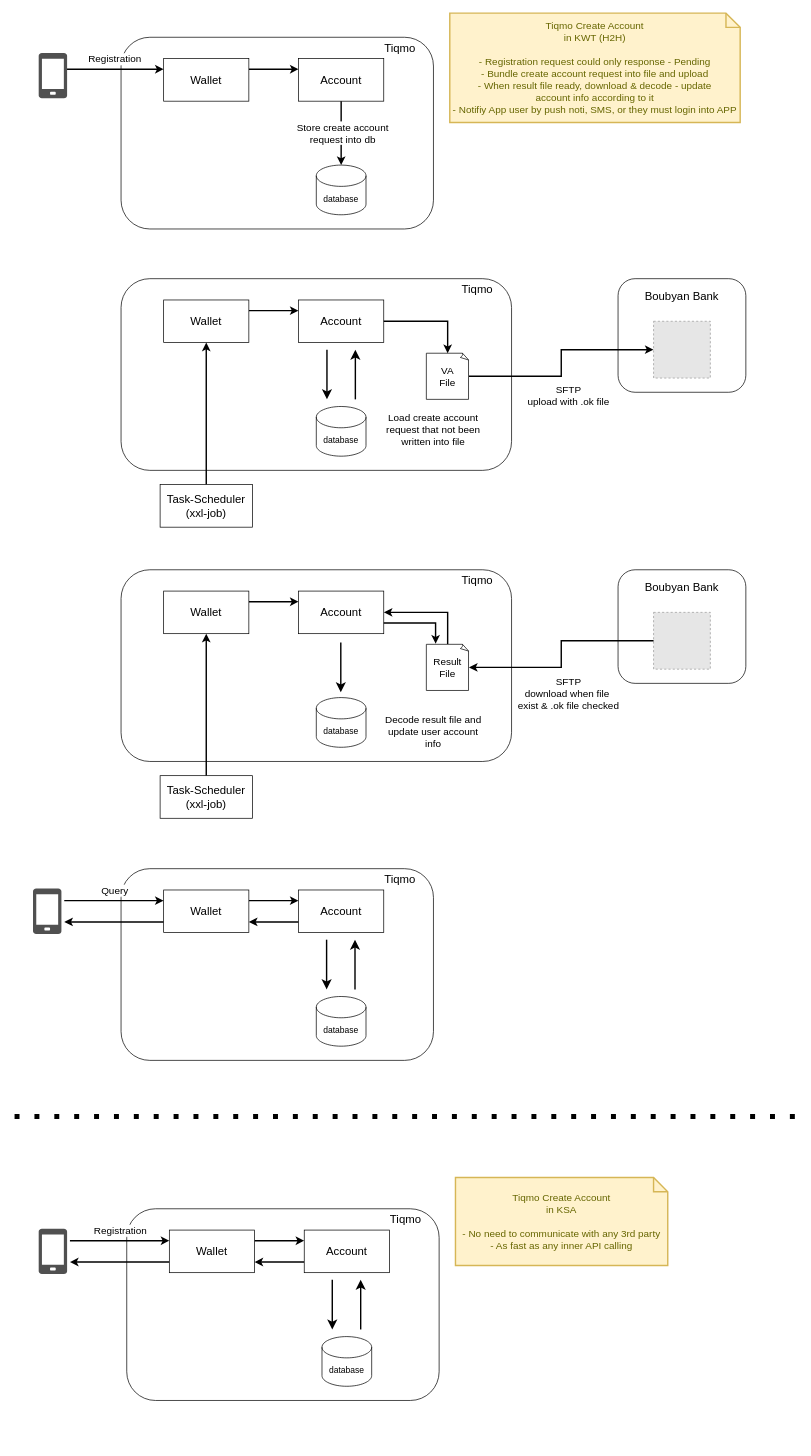
Before: kuwait_boubyan_createAccount.drawio in EricLuoisme/own-diagrams-draw-io, a draw.io diagram. Source tidied: cells renumbered, new cells numbered last; positions are measured from the earlier drawing's top-left corner, leaving out a move shared by most shapes. Both pictures are drawn from the tidied source at 71%, with x=0, y=0 at pixel (14, 13). Pictures stored in the file or linked from it are replaced by grey dashed boxes.
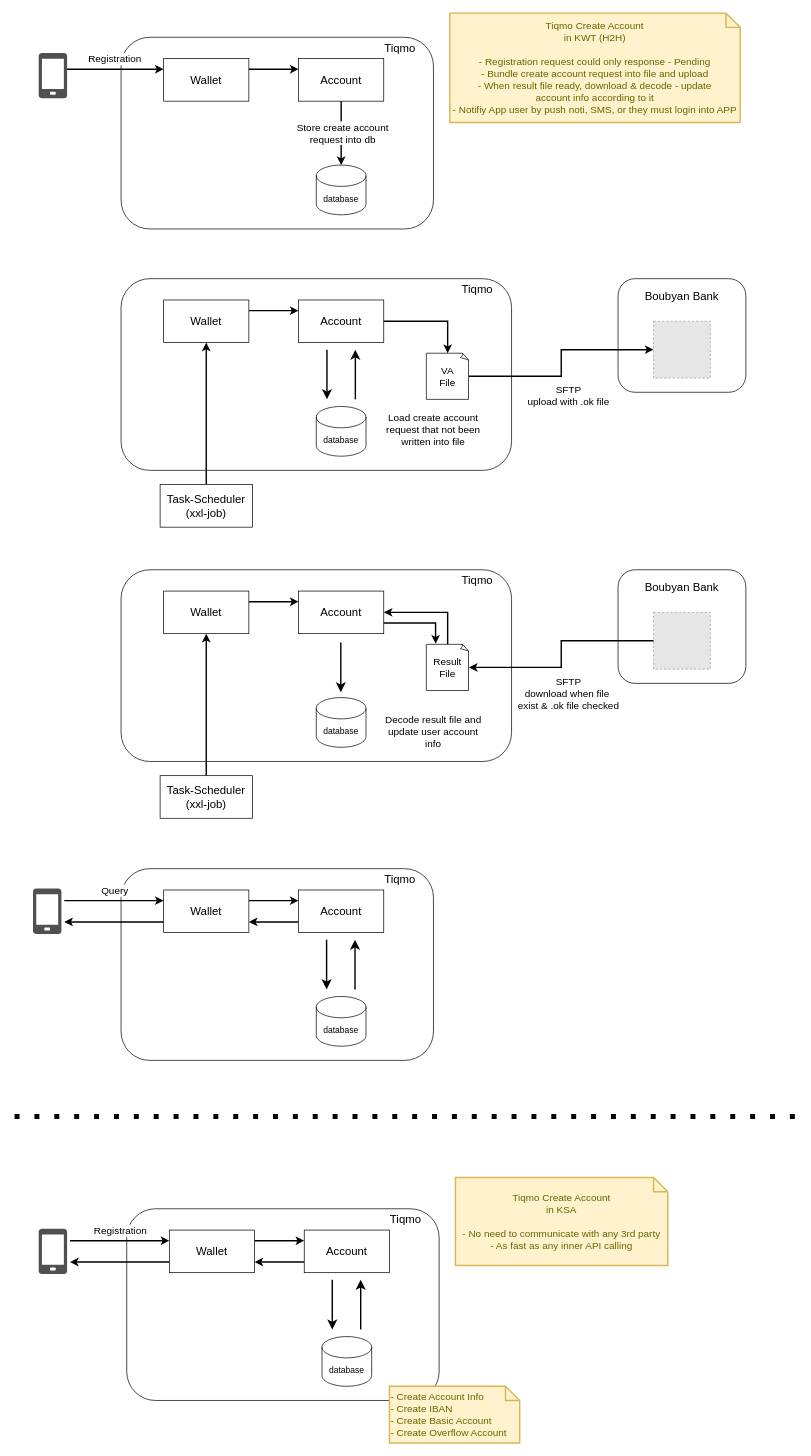
Above is the later version.

Change to the diagram source:
```diff
@@
+    <mxCell id="78" value="&lt;div&gt;- Create Account Info&lt;/div&gt;&lt;div&gt;- Create IBAN&lt;/div&gt;- Create Basic Account&lt;div&gt;- Create Overflow Account&lt;/div&gt;" style="shape=note;strokeWidth=2;fontSize=14;size=20;whiteSpace=wrap;html=1;fillColor=#fff2cc;strokeColor=#d6b656;fontColor=#666600;align=left;" parent="1" vertex="1">
+      <mxGeometry x="528" y="1934" width="183.5" height="80" as="geometry" />
+    </mxCell>
```
